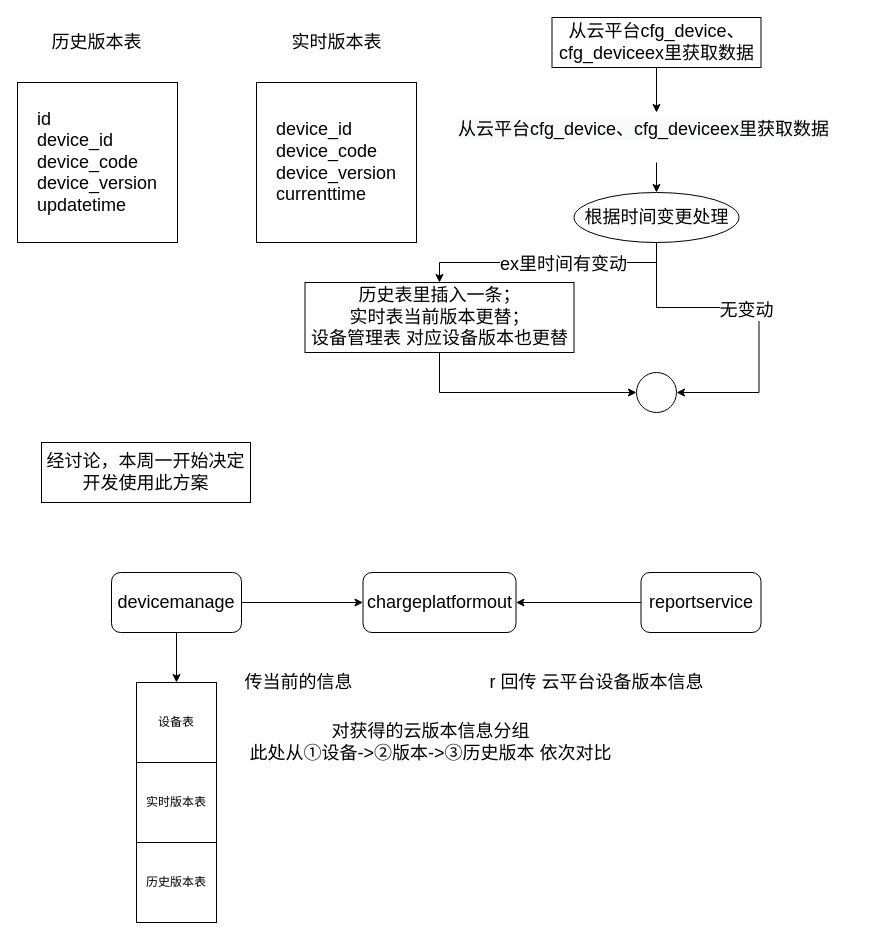
This is 2022.11/定时任务-保存版本.drawio from MxdGff/ImageStorge, a draw.io file, before an edit. Source tidied: cells renumbered, new cells numbered last; positions are measured from the earlier drawing's top-left corner, leaving out a move shared by most shapes. Both pictures are drawn from the tidied source at 100%, with x=0, y=0 at pixel (17, 17).
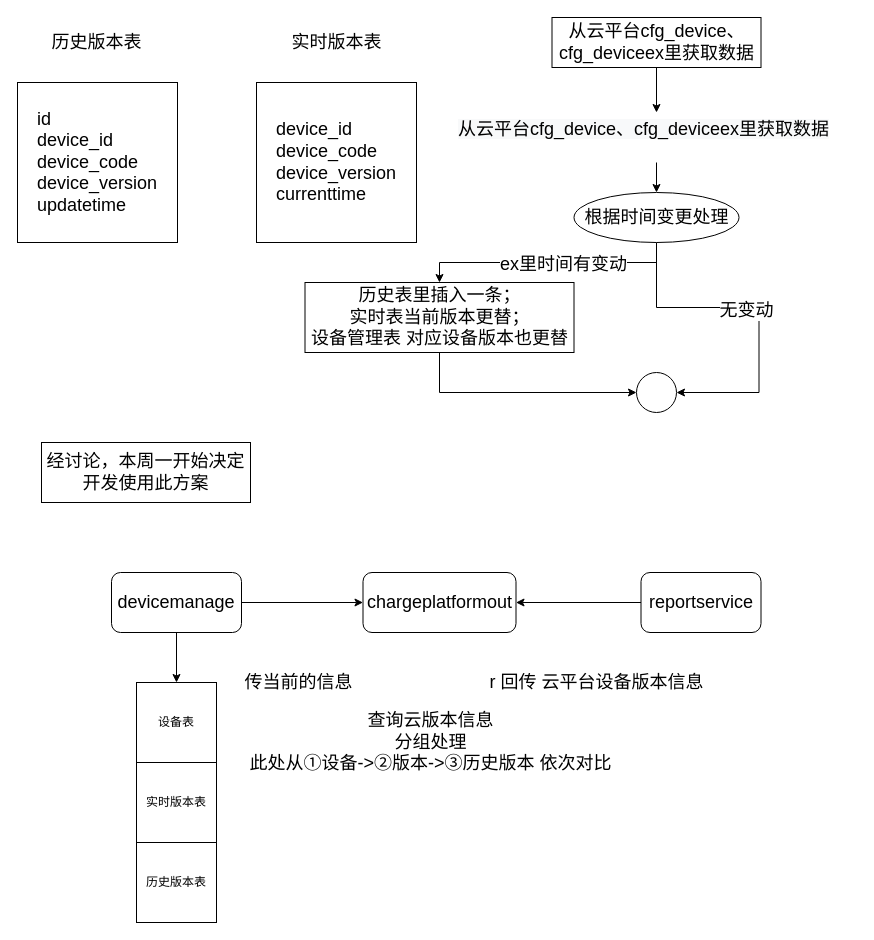
The same page after the edit.

Commit message:
更新定时任务-保存版本.drawio

The edit, as a diff of the source:
```diff
@@
-    <mxCell id="30" value="对获得的云版本信息分组&lt;br&gt;此处从①设备-&amp;gt;②版本-&amp;gt;③历史版本 依次对比" style="text;html=1;align=center;verticalAlign=middle;strokeColor=none;fillColor=none;fontSize=18;" parent="1" vertex="1">
-      <mxGeometry x="218" y="695" width="390" height="60" as="geometry" />
+    <mxCell id="30" value="查询云版本信息&lt;br&gt;分组处理&lt;br&gt;此处从①设备-&amp;gt;②版本-&amp;gt;③历史版本 依次对比" style="text;html=1;align=center;verticalAlign=middle;strokeColor=none;fillColor=none;fontSize=18;" parent="1" vertex="1">
+      <mxGeometry x="218" y="685" width="390" height="80" as="geometry" />
     </mxCell>
```
